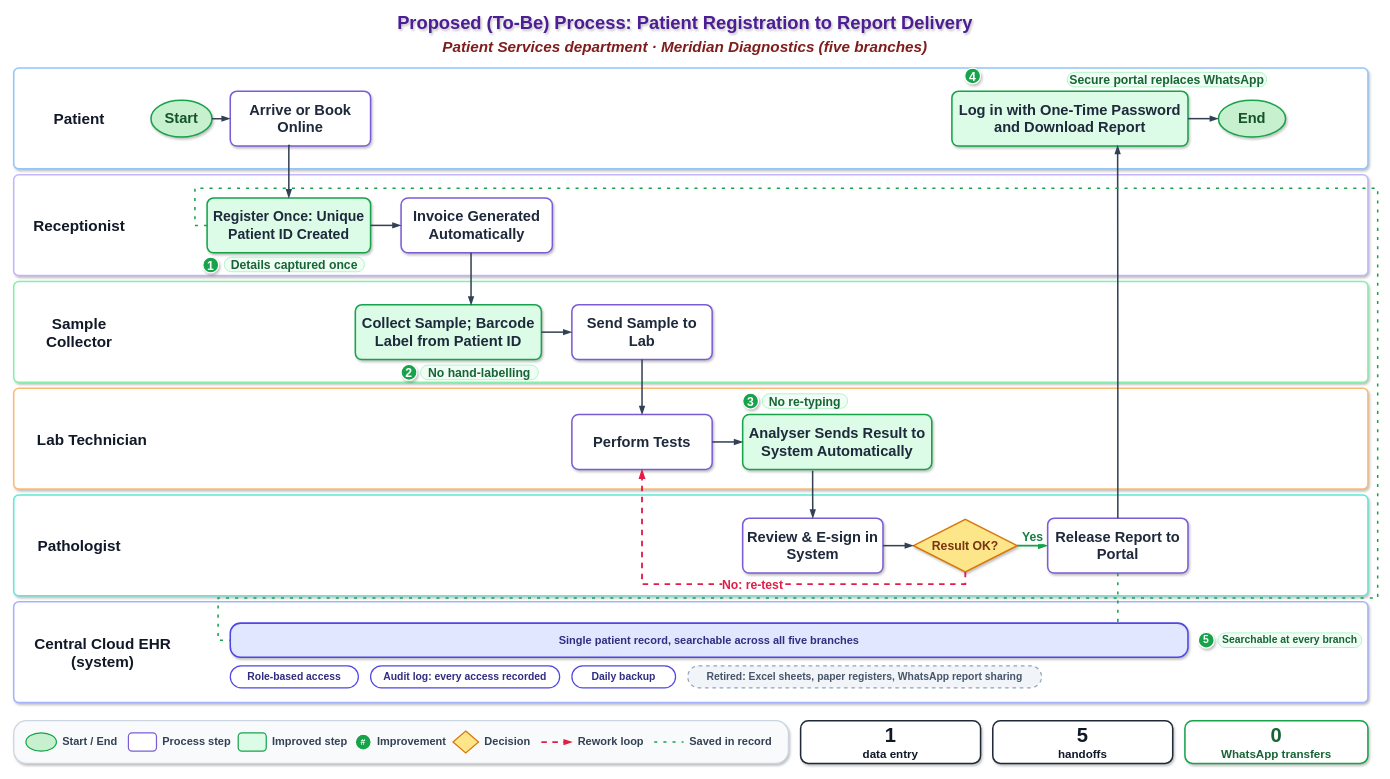
Above: 2.2 - Process Map/2.4- Proposed (To-Be) swimlane process map.drawio in Moparapairayat/Meridian-Diagnostics (draw.io), before the change. Source tidied: cells renumbered, new cells numbered last; positions are measured from the earlier drawing's top-left corner, leaving out a move shared by most shapes. Both pictures are drawn from the tidied source at 61%, with x=0, y=0 at pixel (13, 10).
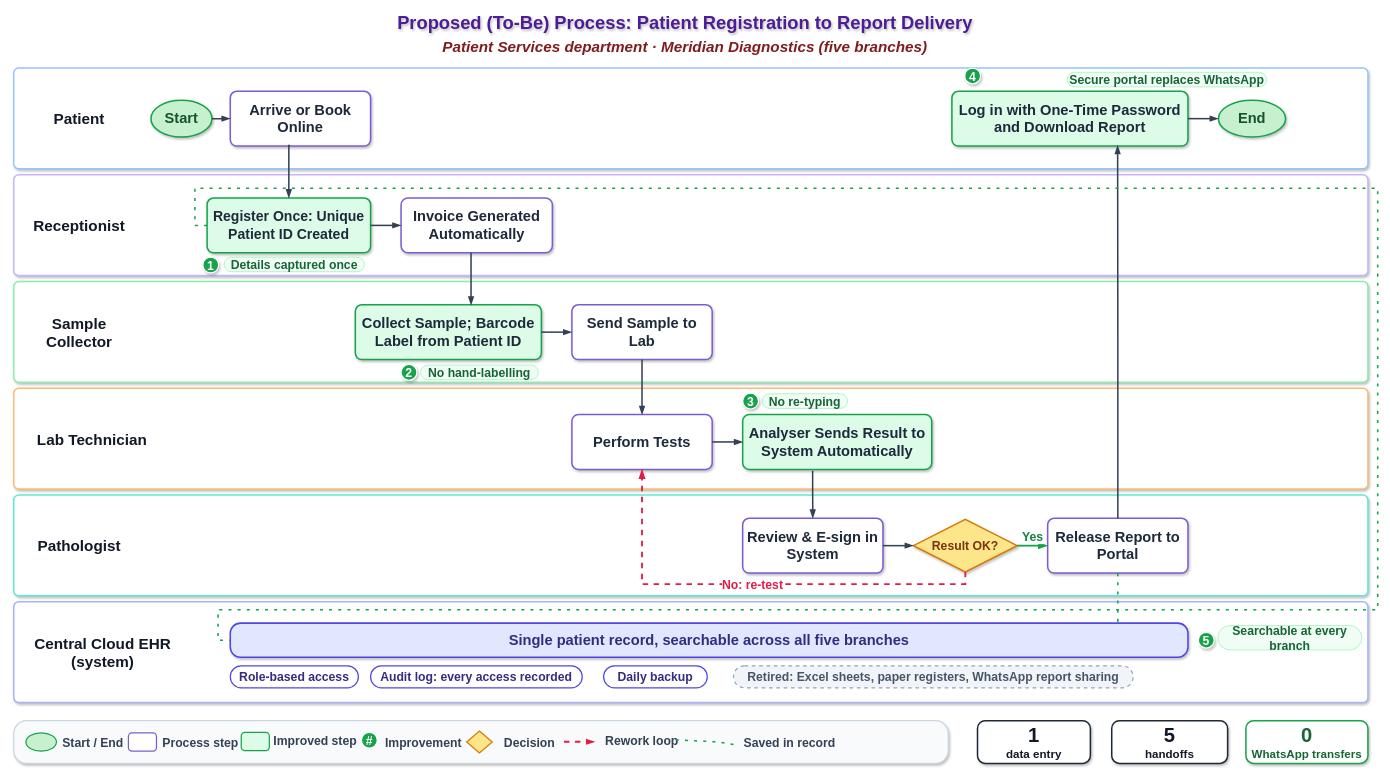
After the change.

The change refers to these unchanged cells:
```xml
<mxCell id="20" value="Register Once: Unique Patient ID Created" style="rounded=1;arcSize=12;whiteSpace=wrap;html=1;fillColor=#DCFCE7;strokeColor=#16A34A;strokeWidth=2.5;fontStyle=1;fontSize=23;fontColor=#1E293B;shadow=1;spacing=8;" parent="1" vertex="1">
  <mxGeometry x="317" y="307" width="268" height="90" as="geometry" />
</mxCell>
```

What changed in the source:
```diff
@@
-<mxGraphModel background="#FFFFFF">
+<mxGraphModel background="light-dark(#ffffff, #121212)">
@@
-    <mxCell id="29" value="Single patient record, searchable across all five branches" style="rounded=1;arcSize=30;whiteSpace=wrap;html=1;fillColor=#E0E7FF;strokeColor=#4F46E5;strokeWidth=2.5;fontStyle=1;fontSize=18;fontColor=#312E81;shadow=1;" parent="1" vertex="1">
+    <mxCell id="29" value="Single patient record, searchable across all five branches" style="rounded=1;arcSize=30;whiteSpace=wrap;html=1;fillColor=#E0E7FF;strokeColor=#4F46E5;strokeWidth=2.5;fontStyle=1;fontSize=24;fontColor=#312E81;shadow=1;" parent="1" vertex="1">
       <mxGeometry x="355" y="1004" width="1570" height="56" as="geometry" />
     </mxCell>
-    <mxCell id="30" value="Role-based access" style="rounded=1;arcSize=50;whiteSpace=wrap;html=1;fillColor=#FFFFFF;strokeColor=#4F46E5;strokeWidth=2;fontStyle=1;fontSize=17;fontColor=#312E81;" parent="1" vertex="1">
+    <mxCell id="30" value="Role-based access" style="rounded=1;arcSize=50;whiteSpace=wrap;html=1;fillColor=#FFFFFF;strokeColor=#4F46E5;strokeWidth=2;fontStyle=1;fontSize=20;fontColor=#312E81;" parent="1" vertex="1">
       <mxGeometry x="355" y="1074" width="210" height="36" as="geometry" />
     </mxCell>
-    <mxCell id="31" value="Audit log: every access recorded" style="rounded=1;arcSize=50;whiteSpace=wrap;html=1;fillColor=#FFFFFF;strokeColor=#4F46E5;strokeWidth=2;fontStyle=1;fontSize=17;fontColor=#312E81;" parent="1" vertex="1">
-      <mxGeometry x="585" y="1074" width="310" height="36" as="geometry" />
+    <mxCell id="31" value="Audit log: every access recorded" style="rounded=1;arcSize=50;whiteSpace=wrap;html=1;fillColor=#FFFFFF;strokeColor=#4F46E5;strokeWidth=2;fontStyle=1;fontSize=20;fontColor=#312E81;" parent="1" vertex="1">
+      <mxGeometry x="585" y="1074" width="347" height="36" as="geometry" />
     </mxCell>
-    <mxCell id="32" value="Daily backup" style="rounded=1;arcSize=50;whiteSpace=wrap;html=1;fillColor=#FFFFFF;strokeColor=#4F46E5;strokeWidth=2;fontStyle=1;fontSize=17;fontColor=#312E81;" parent="1" vertex="1">
-      <mxGeometry x="915" y="1074" width="170" height="36" as="geometry" />
+    <mxCell id="32" value="Daily backup" style="rounded=1;arcSize=50;whiteSpace=wrap;html=1;fillColor=#FFFFFF;strokeColor=#4F46E5;strokeWidth=2;fontStyle=1;fontSize=20;fontColor=#312E81;" parent="1" vertex="1">
+      <mxGeometry x="967" y="1074" width="170" height="36" as="geometry" />
     </mxCell>
-    <mxCell id="33" value="Retired: Excel sheets, paper registers, WhatsApp report sharing" style="rounded=1;arcSize=50;whiteSpace=wrap;html=1;fillColor=#F1F5F9;strokeColor=#94A3B8;strokeWidth=2;dashed=1;fontStyle=1;fontSize=17;fontColor=#475569;" parent="1" vertex="1">
-      <mxGeometry x="1105" y="1074" width="580" height="36" as="geometry" />
+    <mxCell id="33" value="Retired: Excel sheets, paper registers, WhatsApp report sharing" style="rounded=1;arcSize=50;whiteSpace=wrap;html=1;fillColor=#F1F5F9;strokeColor=#94A3B8;strokeWidth=2;dashed=1;fontStyle=1;fontSize=20;fontColor=#475569;" parent="1" vertex="1">
+      <mxGeometry x="1180" y="1074" width="655" height="36" as="geometry" />
     </mxCell>
@@
-    <mxCell id="42" value="5" style="ellipse;whiteSpace=wrap;html=1;fillColor=#16A34A;strokeColor=#FFFFFF;strokeWidth=2;fontColor=#FFFFFF;fontStyle=1;fontSize=17;shadow=1;" parent="1" vertex="1">
+    <mxCell id="42" value="5" style="ellipse;whiteSpace=wrap;html=1;fillColor=#16A34A;strokeColor=#FFFFFF;strokeWidth=2;fontColor=#FFFFFF;fontStyle=1;fontSize=20;shadow=1;" parent="1" vertex="1">
       <mxGeometry x="1942" y="1019" width="26" height="26" as="geometry" />
     </mxCell>
-    <mxCell id="43" value="Searchable at every branch" style="rounded=1;arcSize=50;whiteSpace=wrap;html=1;fillColor=#F0FDF4;strokeColor=#86EFAC;fontColor=#166534;fontStyle=1;fontSize=17;" parent="1" vertex="1">
-      <mxGeometry x="1974" y="1020" width="236" height="24" as="geometry" />
+    <mxCell id="43" value="Searchable at every branch" style="rounded=1;arcSize=50;whiteSpace=wrap;html=1;fillColor=#F0FDF4;strokeColor=#86EFAC;fontColor=#166534;fontStyle=1;fontSize=20;" parent="1" vertex="1">
+      <mxGeometry x="1974" y="1008" width="236" height="40" as="geometry" />
     </mxCell>
@@
     <mxCell id="56" style="edgeStyle=orthogonalEdgeStyle;rounded=0;html=1;strokeWidth=2.5;strokeColor=#16A34A;dashed=1;dashPattern=2 4;endArrow=none;exitX=0;exitY=0.5;entryX=0;entryY=0.5;labelBackgroundColor=default;defaultLabelBackgroundColor=page;libavoidRouting=1;jettySize=auto;" parent="1" edge="1" source="20" target="29">
       <mxGeometry relative="1" as="geometry">
         <Array as="points">
           <mxPoint x="297" y="352" />
           <mxPoint x="297" y="291" />
           <mxPoint x="2236" y="291" />
-          <mxPoint x="2236" y="963" />
-          <mxPoint x="335" y="963" />
+          <mxPoint x="2236" y="982" />
+          <mxPoint x="335" y="982" />
           <mxPoint x="335" y="1032" />
         </Array>
       </mxGeometry>
     </mxCell>
@@
     <mxCell id="58" style="rounded=1;arcSize=30;whiteSpace=wrap;html=1;fillColor=#F8FAFC;strokeColor=#CBD5E1;strokeWidth=2;shadow=1;" parent="1" vertex="1">
-      <mxGeometry y="1164" width="1270" height="70" as="geometry" />
+      <mxGeometry y="1164" width="1532" height="70" as="geometry" />
     </mxCell>
@@
-    <mxCell id="60" value="Start / End" style="text;html=1;align=left;verticalAlign=middle;fontStyle=1;fontSize=18;fontColor=#334155;" parent="1" vertex="1">
+    <mxCell id="60" value="Start / End" style="text;html=1;align=left;verticalAlign=middle;fontStyle=1;fontSize=20;fontColor=#334155;" parent="1" vertex="1">
       <mxGeometry x="78" y="1184" width="100" height="30" as="geometry" />
     </mxCell>
@@
-    <mxCell id="62" value="Process step" style="text;html=1;align=left;verticalAlign=middle;fontStyle=1;fontSize=18;fontColor=#334155;" parent="1" vertex="1">
+    <mxCell id="62" value="Process step" style="text;html=1;align=left;verticalAlign=middle;fontStyle=1;fontSize=20;fontColor=#334155;" parent="1" vertex="1">
       <mxGeometry x="242" y="1184" width="115" height="30" as="geometry" />
     </mxCell>
     <mxCell id="63" style="rounded=1;arcSize=20;whiteSpace=wrap;html=1;fillColor=#DCFCE7;strokeColor=#16A34A;strokeWidth=2;" parent="1" vertex="1">
-      <mxGeometry x="368" y="1184" width="46" height="30" as="geometry" />
+      <mxGeometry x="373" y="1183" width="46" height="30" as="geometry" />
     </mxCell>
-    <mxCell id="64" value="Improved step" style="text;html=1;align=left;verticalAlign=middle;fontStyle=1;fontSize=18;fontColor=#334155;" parent="1" vertex="1">
-      <mxGeometry x="422" y="1184" width="125" height="30" as="geometry" />
+    <mxCell id="64" value="Improved step" style="text;html=1;align=left;verticalAlign=middle;fontStyle=1;fontSize=20;fontColor=#334155;" parent="1" vertex="1">
+      <mxGeometry x="424" y="1181" width="125" height="30" as="geometry" />
     </mxCell>
-    <mxCell id="65" value="#" style="ellipse;whiteSpace=wrap;html=1;fillColor=#16A34A;strokeColor=#FFFFFF;strokeWidth=2;fontColor=#FFFFFF;fontStyle=1;fontSize=14;" parent="1" vertex="1">
-      <mxGeometry x="560" y="1186" width="26" height="26" as="geometry" />
+    <mxCell id="65" value="#" style="ellipse;whiteSpace=wrap;html=1;fillColor=#16A34A;strokeColor=#FFFFFF;strokeWidth=2;fontColor=#FFFFFF;fontStyle=1;fontSize=20;" parent="1" vertex="1">
+      <mxGeometry x="570" y="1183" width="26" height="26" as="geometry" />
     </mxCell>
-    <mxCell id="66" value="Improvement" style="text;html=1;align=left;verticalAlign=middle;fontStyle=1;fontSize=18;fontColor=#334155;" parent="1" vertex="1">
-      <mxGeometry x="594" y="1184" width="115" height="30" as="geometry" />
+    <mxCell id="66" value="Improvement" style="text;html=1;align=left;verticalAlign=middle;fontStyle=1;fontSize=20;fontColor=#334155;" parent="1" vertex="1">
+      <mxGeometry x="607" y="1184" width="115" height="30" as="geometry" />
     </mxCell>
     <mxCell id="67" style="rhombus;whiteSpace=wrap;html=1;fillColor=#FDE68A;strokeColor=#D97706;strokeWidth=2;" parent="1" vertex="1">
-      <mxGeometry x="720" y="1181" width="42" height="36" as="geometry" />
+      <mxGeometry x="742.5" y="1181" width="42" height="36" as="geometry" />
     </mxCell>
-    <mxCell id="68" value="Decision" style="text;html=1;align=left;verticalAlign=middle;fontStyle=1;fontSize=18;fontColor=#334155;" parent="1" vertex="1">
-      <mxGeometry x="770" y="1184" width="85" height="30" as="geometry" />
+    <mxCell id="68" value="Decision" style="text;html=1;align=left;verticalAlign=middle;fontStyle=1;fontSize=20;fontColor=#334155;" parent="1" vertex="1">
+      <mxGeometry x="802" y="1184" width="85" height="30" as="geometry" />
     </mxCell>
     <mxCell id="69" style="endArrow=blockThin;endFill=1;html=1;dashed=1;strokeColor=#E11D48;strokeWidth=3;labelBackgroundColor=default;defaultLabelBackgroundColor=page;" parent="1" edge="1">
       <mxGeometry relative="1" as="geometry">
-        <mxPoint x="865" y="1199" as="sourcePoint" />
-        <mxPoint x="915" y="1199" as="targetPoint" />
+        <mxPoint x="902" y="1198.5" as="sourcePoint" />
+        <mxPoint x="952" y="1198.5" as="targetPoint" />
       </mxGeometry>
     </mxCell>
-    <mxCell id="70" value="Rework loop" style="text;html=1;align=left;verticalAlign=middle;fontStyle=1;fontSize=18;fontColor=#334155;" parent="1" vertex="1">
-      <mxGeometry x="923" y="1184" width="115" height="30" as="geometry" />
+    <mxCell id="70" value="Rework loop" style="text;html=1;align=left;verticalAlign=middle;fontStyle=1;fontSize=20;fontColor=#334155;" parent="1" vertex="1">
+      <mxGeometry x="968" y="1181" width="115" height="30" as="geometry" />
     </mxCell>
-    <mxCell id="71" style="endArrow=none;html=1;dashed=1;dashPattern=2 4;strokeColor=#16A34A;strokeWidth=2.5;labelBackgroundColor=default;defaultLabelBackgroundColor=page;" parent="1" edge="1">
-      <mxGeometry relative="1" as="geometry">
-        <mxPoint x="1050" y="1199" as="sourcePoint" />
-        <mxPoint x="1098" y="1199" as="targetPoint" />
+    <mxCell id="71" style="endArrow=none;html=1;dashed=1;dashPattern=2 4;strokeColor=#16A34A;strokeWidth=2.5;labelBackgroundColor=default;defaultLabelBackgroundColor=page;exitX=0;exitY=0.75;exitDx=0;exitDy=0;" parent="1" edge="1">
+      <mxGeometry x="-0.79" relative="1" as="geometry">
+        <mxPoint x="1180" y="1202.8" as="sourcePoint" />
+        <mxPoint x="1083" y="1195.2" as="targetPoint" />
+        <Array as="points">
+          <mxPoint x="1156.3" y="1198.9" />
+        </Array>
       </mxGeometry>
     </mxCell>
-    <mxCell id="72" value="Saved in record" style="text;html=1;align=left;verticalAlign=middle;fontStyle=1;fontSize=18;fontColor=#334155;" parent="1" vertex="1">
-      <mxGeometry x="1106" y="1184" width="150" height="30" as="geometry" />
+    <mxCell id="72" value="Saved in record" style="text;html=1;align=left;verticalAlign=middle;fontStyle=1;fontSize=20;fontColor=#334155;" parent="1" vertex="1">
+      <mxGeometry x="1195" y="1184" width="150" height="30" as="geometry" />
     </mxCell>
     <mxCell id="73" value="&lt;font style=&quot;font-size: 33px;&quot;&gt;&lt;b&gt;1&lt;/b&gt;&lt;/font&gt;&lt;br&gt;&lt;font style=&quot;font-size: 19px;&quot;&gt;data entry&lt;/font&gt;" style="rounded=1;arcSize=18;whiteSpace=wrap;html=1;fillColor=#FFFFFF;strokeColor=#1F2937;strokeWidth=2.5;fontColor=#111827;fontStyle=1;shadow=1;fontSize=15;" parent="1" vertex="1">
-      <mxGeometry x="1290" y="1164" width="295" height="70" as="geometry" />
+      <mxGeometry x="1580" y="1164" width="185" height="70" as="geometry" />
     </mxCell>
     <mxCell id="74" value="&lt;font style=&quot;font-size: 33px;&quot;&gt;&lt;b&gt;5&lt;/b&gt;&lt;/font&gt;&lt;br&gt;&lt;font style=&quot;font-size: 19px;&quot;&gt;handoffs&lt;/font&gt;" style="rounded=1;arcSize=18;whiteSpace=wrap;html=1;fillColor=#FFFFFF;strokeColor=#1F2937;strokeWidth=2.5;fontColor=#111827;fontStyle=1;shadow=1;fontSize=15;" parent="1" vertex="1">
-      <mxGeometry x="1605" y="1164" width="295" height="70" as="geometry" />
+      <mxGeometry x="1800" y="1164" width="190" height="70" as="geometry" />
     </mxCell>
     <mxCell id="75" value="&lt;font style=&quot;font-size: 33px;&quot;&gt;&lt;b&gt;0&lt;/b&gt;&lt;/font&gt;&lt;br&gt;&lt;font style=&quot;font-size: 19px;&quot;&gt;WhatsApp transfers&lt;/font&gt;" style="rounded=1;arcSize=18;whiteSpace=wrap;html=1;fillColor=#FFFFFF;strokeColor=#16A34A;strokeWidth=2.5;fontColor=#166534;fontStyle=1;shadow=1;fontSize=15;" parent="1" vertex="1">
-      <mxGeometry x="1920" y="1164" width="300" height="70" as="geometry" />
+      <mxGeometry x="2020" y="1164" width="200" height="70" as="geometry" />
     </mxCell>
```
